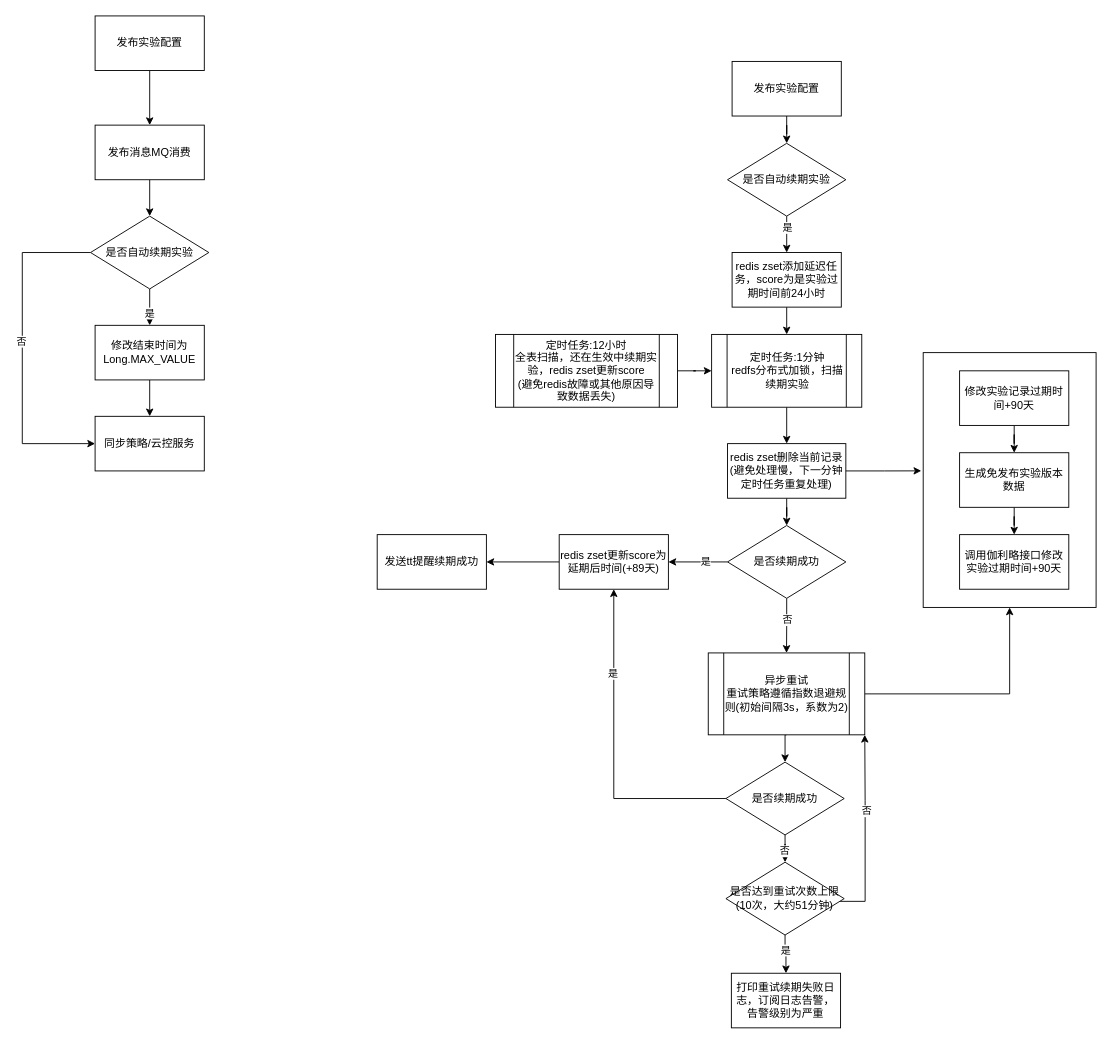
Above: 未命名绘图.drawio in shenjun89/esa-commons (draw.io), before the change. Source tidied: cells renumbered, new cells numbered last; positions are measured from the earlier drawing's top-left corner, leaving out a move shared by most shapes. Both pictures are drawn from the tidied source at 91%, with x=0, y=0 at pixel (22, 15).
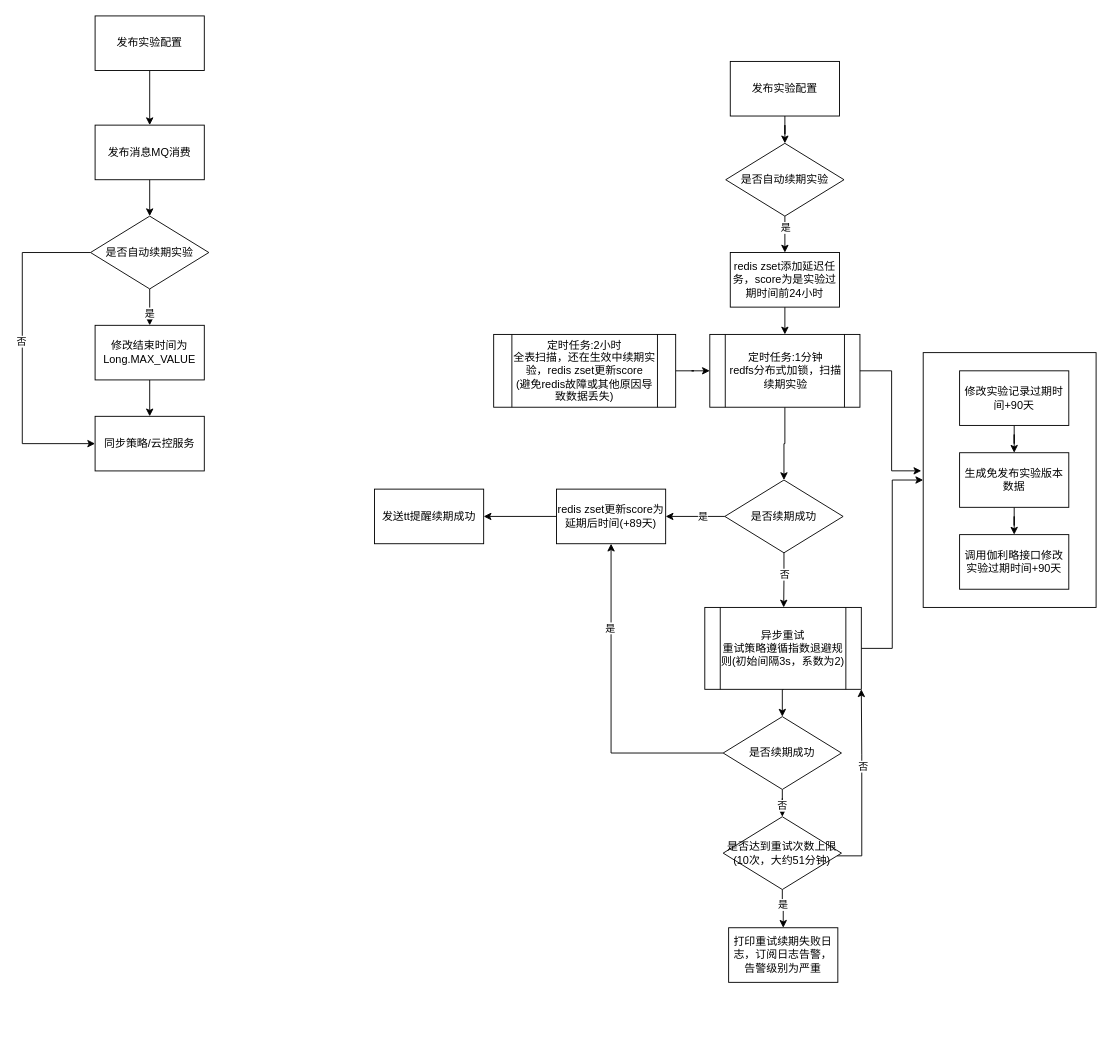
The same page after the edit.

Commit message:
更新未命名绘图.drawio

Unchanged cells that the change refers to:
```xml
<mxCell id="2" style="rounded=0;whiteSpace=wrap;html=1;" parent="1" vertex="1">
  <mxGeometry x="990" y="370" width="190" height="280" as="geometry" />
</mxCell>
```

Diff of the diagram source:
```diff
@@
     <mxCell id="16" value="发布实验配置" style="rounded=0;whiteSpace=wrap;html=1;" parent="1" vertex="1">
-      <mxGeometry x="780" y="50" width="120" height="60" as="geometry" />
+      <mxGeometry x="778" y="50" width="120" height="60" as="geometry" />
     </mxCell>
@@
     <mxCell id="19" value="是否自动续期实验" style="rhombus;whiteSpace=wrap;html=1;" parent="1" vertex="1">
-      <mxGeometry x="775" y="140" width="130" height="80" as="geometry" />
+      <mxGeometry x="773" y="140" width="130" height="80" as="geometry" />
     </mxCell>
@@
     <mxCell id="21" value="redis zset添加延迟任务，score为是实验过期时间前24小时" style="rounded=0;whiteSpace=wrap;html=1;" parent="1" vertex="1">
-      <mxGeometry x="780" y="260" width="120" height="60" as="geometry" />
+      <mxGeometry x="778" y="260" width="120" height="60" as="geometry" />
     </mxCell>
-    <mxCell id="22" style="edgeStyle=orthogonalEdgeStyle;rounded=0;jettySize=auto;html=1;entryX=0.5;entryY=0;entryDx=0;entryDy=0;" parent="1" edge="1" source="23" target="40">
+    <mxCell id="22" style="edgeStyle=orthogonalEdgeStyle;rounded=0;jettySize=auto;html=1;entryX=0.5;entryY=0;entryDx=0;entryDy=0;" parent="1" edge="1" source="23" target="33">
       <mxGeometry relative="1" as="geometry" />
     </mxCell>
     <mxCell id="23" value="定时任务:1分钟&lt;div&gt;redfs分布式加锁，扫描续期实验&lt;/div&gt;" style="shape=process;whiteSpace=wrap;html=1;backgroundOutline=1;" parent="1" vertex="1">
-      <mxGeometry x="757.5" y="350" width="165" height="80" as="geometry" />
+      <mxGeometry x="755.5" y="350" width="165" height="80" as="geometry" />
     </mxCell>
@@
-    <mxCell id="31" style="edgeStyle=orthogonalEdgeStyle;rounded=0;jettySize=auto;html=1;entryX=0.5;entryY=0;entryDx=0;entryDy=0;" parent="1" edge="1" source="33" target="38">
-      <mxGeometry relative="1" as="geometry" />
+    <mxCell id="31" style="edgeStyle=orthogonalEdgeStyle;rounded=0;jettySize=auto;html=1;entryX=0.5;entryY=0;entryDx=0;entryDy=0;" parent="1" edge="1" source="33">
+      <mxGeometry relative="1" as="geometry">
+        <mxPoint x="836.7" y="650" as="targetPoint" />
+      </mxGeometry>
     </mxCell>
@@
     <mxCell id="33" value="是否续期成功" style="rhombus;whiteSpace=wrap;html=1;" parent="1" vertex="1">
-      <mxGeometry x="775" y="560" width="130" height="80" as="geometry" />
+      <mxGeometry x="772" y="510" width="130" height="80" as="geometry" />
     </mxCell>
@@
     <mxCell id="35" value="redis zset更新score为延期后时间(+89天)" style="rounded=0;whiteSpace=wrap;html=1;" parent="1" vertex="1">
-      <mxGeometry x="590" y="570" width="120" height="60" as="geometry" />
+      <mxGeometry x="587" y="520" width="120" height="60" as="geometry" />
     </mxCell>
@@
-    <mxCell id="37" style="edgeStyle=orthogonalEdgeStyle;rounded=0;jettySize=auto;html=1;exitX=0.5;exitY=1;exitDx=0;exitDy=0;entryX=0.5;entryY=0;entryDx=0;entryDy=0;" parent="1" edge="1" source="38" target="45">
-      <mxGeometry relative="1" as="geometry" />
+    <mxCell id="37" style="edgeStyle=orthogonalEdgeStyle;rounded=0;jettySize=auto;html=1;exitX=0.5;exitY=1;exitDx=0;exitDy=0;entryX=0.5;entryY=0;entryDx=0;entryDy=0;" parent="1" edge="1" target="45">
+      <mxGeometry relative="1" as="geometry">
+        <mxPoint x="836.7" y="740" as="sourcePoint" />
+      </mxGeometry>
     </mxCell>
     <mxCell id="38" value="异步重试&lt;br&gt;重试策略遵循指数退避规则(初始间隔3s，系数为2)" style="shape=process;whiteSpace=wrap;html=1;backgroundOutline=1;" parent="1" vertex="1">
-      <mxGeometry x="753.8" y="700" width="172" height="90" as="geometry" />
+      <mxGeometry x="750" y="650" width="172" height="90" as="geometry" />
     </mxCell>
-    <mxCell id="39" style="edgeStyle=orthogonalEdgeStyle;rounded=0;jettySize=auto;html=1;" parent="1" edge="1" source="40" target="33">
-      <mxGeometry relative="1" as="geometry" />
-    </mxCell>
-    <mxCell id="40" value="redis zset删除当前记录(避免处理慢，下一分钟定时任务重复处理)" style="rounded=0;whiteSpace=wrap;html=1;" parent="1" vertex="1">
-      <mxGeometry x="775" y="470" width="130" height="60" as="geometry" />
-    </mxCell>
@@
     <mxCell id="45" value="是否续期成功" style="rhombus;whiteSpace=wrap;html=1;" parent="1" vertex="1">
-      <mxGeometry x="773.2" y="820" width="130" height="80" as="geometry" />
+      <mxGeometry x="770.2" y="770" width="130" height="80" as="geometry" />
     </mxCell>
@@
     <mxCell id="48" style="edgeStyle=orthogonalEdgeStyle;rounded=0;jettySize=auto;html=1;entryX=1;entryY=1;entryDx=0;entryDy=0;" parent="1" edge="1" source="50" target="38">
       <mxGeometry relative="1" as="geometry">
         <Array as="points">
-          <mxPoint x="926.2" y="973" />
-          <mxPoint x="926.2" y="862" />
+          <mxPoint x="922.5" y="923" />
+          <mxPoint x="922.5" y="812" />
         </Array>
       </mxGeometry>
     </mxCell>
@@
     <mxCell id="50" value="是否达到重试次数上限(10次，大约51分钟)" style="rhombus;whiteSpace=wrap;html=1;" parent="1" vertex="1">
-      <mxGeometry x="773.2" y="930" width="130" height="80" as="geometry" />
+      <mxGeometry x="770.2" y="880" width="130" height="80" as="geometry" />
     </mxCell>
     <mxCell id="51" value="打印重试续期失败日志，订阅日志告警，告警级别为严重" style="rounded=0;whiteSpace=wrap;html=1;" parent="1" vertex="1">
-      <mxGeometry x="779.2" y="1052" width="120" height="60" as="geometry" />
+      <mxGeometry x="776.2" y="1002" width="120" height="60" as="geometry" />
     </mxCell>
-    <mxCell id="52" style="edgeStyle=orthogonalEdgeStyle;rounded=0;jettySize=auto;html=1;entryX=-0.011;entryY=0.464;entryDx=0;entryDy=0;entryPerimeter=0;" parent="1" edge="1" source="40" target="2">
+    <mxCell id="52" style="edgeStyle=orthogonalEdgeStyle;rounded=0;jettySize=auto;html=1;entryX=-0.011;entryY=0.464;entryDx=0;entryDy=0;entryPerimeter=0;exitX=1;exitY=0.5;exitDx=0;exitDy=0;" parent="1" edge="1" source="23" target="2">
       <mxGeometry relative="1" as="geometry" />
     </mxCell>
     <mxCell id="53" value="发送tt提醒续期成功" style="rounded=0;whiteSpace=wrap;html=1;" parent="1" vertex="1">
-      <mxGeometry x="390" y="570" width="120" height="60" as="geometry" />
+      <mxGeometry x="387" y="520" width="120" height="60" as="geometry" />
     </mxCell>
@@
-    <mxCell id="55" value="定时任务:12小时&lt;div&gt;全表扫描，还在生效中续期实验，redis zset更新score&lt;/div&gt;&lt;div&gt;(避免redis故障或其他原因导致数据丢失)&lt;/div&gt;" style="shape=process;whiteSpace=wrap;html=1;backgroundOutline=1;" parent="1" vertex="1">
-      <mxGeometry x="520" y="350" width="200" height="80" as="geometry" />
+    <mxCell id="55" value="定时任务:2小时&lt;div&gt;全表扫描，还在生效中续期实验，redis zset更新score&lt;/div&gt;&lt;div&gt;(避免redis故障或其他原因导致数据丢失)&lt;/div&gt;" style="shape=process;whiteSpace=wrap;html=1;backgroundOutline=1;" parent="1" vertex="1">
+      <mxGeometry x="518" y="350" width="200" height="80" as="geometry" />
     </mxCell>
```
